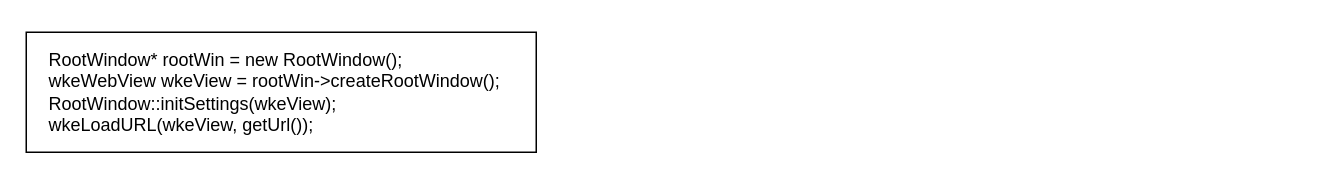
Before: chromium_debug_win32.drawio in yuhaishenedc/drawio, a draw.io diagram. Source tidied: cells renumbered, new cells numbered last; positions are measured from the earlier drawing's top-left corner, leaving out a move shared by most shapes. Both pictures are drawn from the tidied source at 150%, with x=0, y=0 at pixel (26, 32).
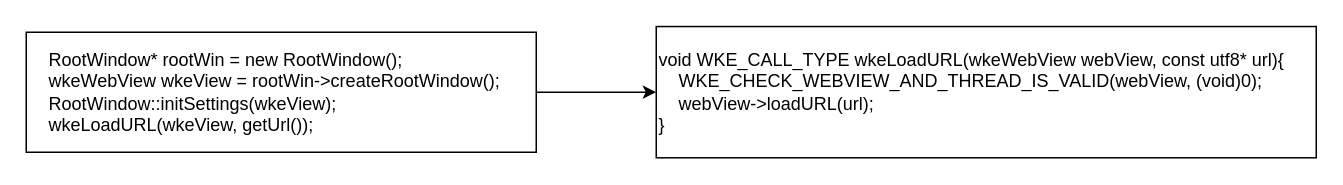
The same page after the edit.

Diff of the diagram source:
```diff
@@
 <mxGraphModel>
   <root>
     <mxCell id="0" />
     <mxCell id="1" parent="0" />
     <mxCell id="2" value="&lt;div&gt;&amp;nbsp; &amp;nbsp; RootWindow* rootWin = new RootWindow();&lt;/div&gt;&lt;div&gt;&lt;span style=&quot;font-size: 12px;&quot;&gt;&amp;nbsp; &amp;nbsp; wkeWebView wkeView = rootWin-&amp;gt;createRootWindow();&lt;/span&gt;&lt;/div&gt;&lt;div&gt;&lt;span style=&quot;font-size: 12px;&quot;&gt;&amp;nbsp; &amp;nbsp; RootWindow::initSettings(wkeView);&lt;/span&gt;&lt;/div&gt;&lt;div&gt;&lt;span style=&quot;font-size: 12px;&quot;&gt;&amp;nbsp; &amp;nbsp; wkeLoadURL(wkeView, getUrl());&lt;/span&gt;&lt;/div&gt;" style="rounded=0;whiteSpace=wrap;html=1;align=left;" parent="1" vertex="1">
       <mxGeometry width="340" height="80" as="geometry" />
     </mxCell>
+    <mxCell id="3" value="&lt;div&gt;void WKE_CALL_TYPE wkeLoadURL(wkeWebView webView, const utf8* url)&lt;span style=&quot;background-color: initial;&quot;&gt;{&lt;/span&gt;&lt;/div&gt;&lt;div&gt;&lt;span style=&quot;font-size: 12px;&quot;&gt;&amp;nbsp; &amp;nbsp; WKE_CHECK_WEBVIEW_AND_THREAD_IS_VALID(webView, (void)0);&lt;/span&gt;&lt;/div&gt;&lt;div&gt;&lt;span style=&quot;font-size: 12px;&quot;&gt;&amp;nbsp; &amp;nbsp; webView-&amp;gt;loadURL(url);&lt;/span&gt;&lt;/div&gt;&lt;div style=&quot;&quot;&gt;&lt;span style=&quot;font-size: 12px;&quot;&gt;}&lt;/span&gt;&lt;/div&gt;" style="rounded=0;whiteSpace=wrap;html=1;align=left;" parent="1" vertex="1">
+      <mxGeometry x="420" y="-3.8" width="440" height="87.5" as="geometry" />
+    </mxCell>
+    <mxCell id="4" style="endArrow=classic;html=1;rounded=0;exitX=1;exitY=0.5;exitDx=0;exitDy=0;entryX=0;entryY=0.5;entryDx=0;entryDy=0;" parent="1" edge="1" source="2" target="3">
+      <mxGeometry relative="1" as="geometry" />
+    </mxCell>
   </root>
 </mxGraphModel>
```
